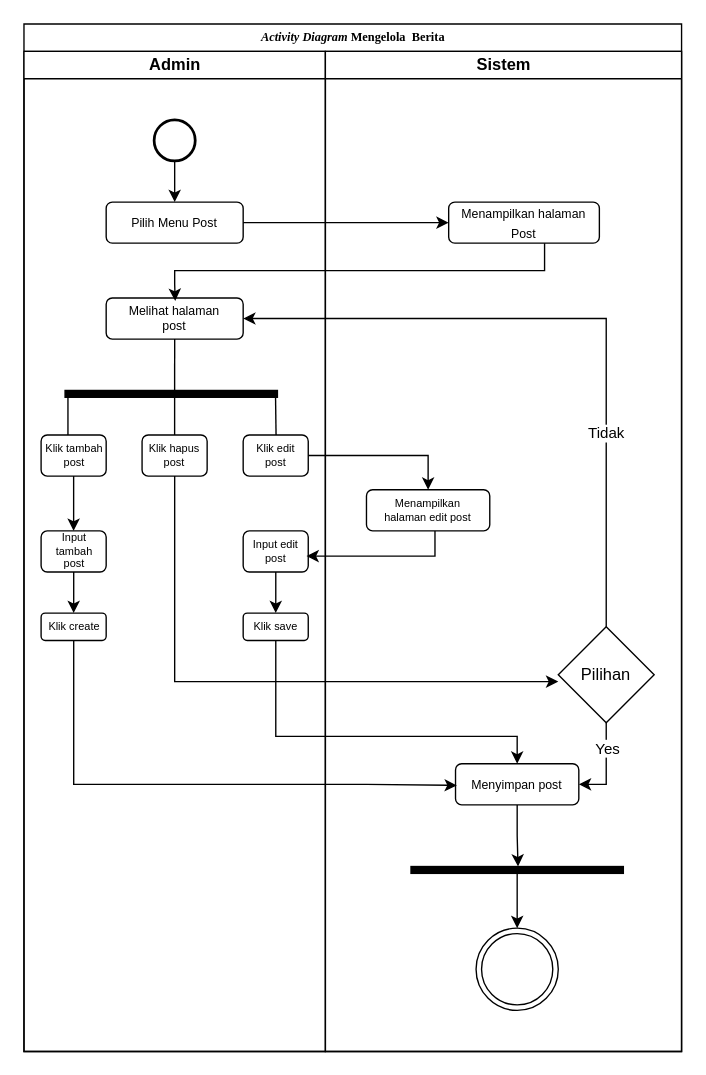
This is Diagram Tanpa Judul.drawio from dhmsAdhty/useCase, a draw.io file, before an edit. Source tidied: cells renumbered, new cells numbered last; positions are measured from the earlier drawing's top-left corner, leaving out a move shared by most shapes. Both pictures are drawn from the tidied source at 137%, with x=0, y=0 at pixel (23, 23).
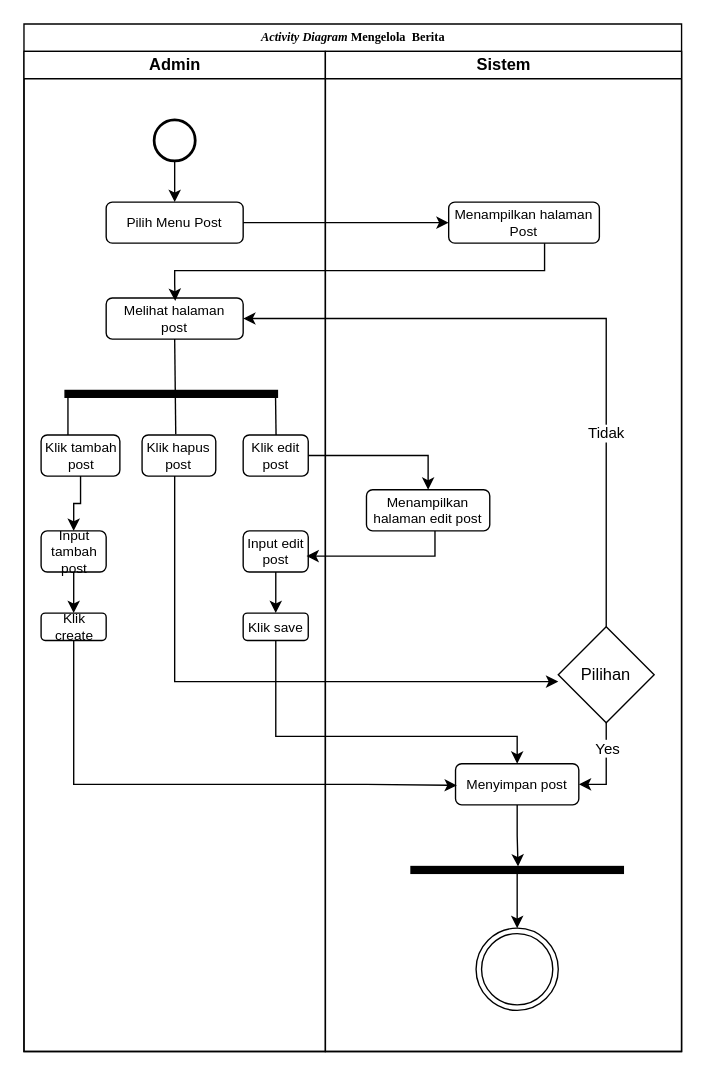
The same page after the edit.

Commit message:
kelola berita

Unchanged cells that the change refers to:
```xml
<mxCell id="3" value="Admin" style="swimlane;html=1;startSize=20;" parent="2" vertex="1">
  <mxGeometry y="20" width="220" height="730" as="geometry" />
</mxCell>
<mxCell id="22" value="Sistem" style="swimlane;html=1;startSize=20;" parent="2" vertex="1">
  <mxGeometry x="220" y="20" width="260" height="730" as="geometry" />
</mxCell>
```

What changed in the source:
```diff
@@
-    <mxCell id="6" value="&lt;font style=&quot;font-size: 9px;&quot;&gt;Pilih Menu Post&lt;/font&gt;" style="rounded=1;whiteSpace=wrap;html=1;" parent="3" vertex="1">
+    <mxCell id="6" value="&lt;font style=&quot;font-size: 10px;&quot;&gt;Pilih Menu Post&lt;/font&gt;" style="rounded=1;whiteSpace=wrap;html=1;fontSize=10;" parent="3" vertex="1">
       <mxGeometry x="60" y="110" width="100" height="30" as="geometry" />
     </mxCell>
-    <mxCell id="7" value="&lt;div style=&quot;font-size: 9px;&quot;&gt;&lt;font style=&quot;font-size: 9px;&quot;&gt;Melihat halaman&lt;/font&gt;&lt;/div&gt;&lt;div style=&quot;font-size: 9px;&quot;&gt;&lt;font style=&quot;font-size: 9px;&quot;&gt;post&lt;/font&gt;&lt;/div&gt;" style="rounded=1;whiteSpace=wrap;html=1;" parent="3" vertex="1">
+    <mxCell id="7" value="&lt;div style=&quot;font-size: 10px;&quot;&gt;&lt;font style=&quot;font-size: 10px;&quot;&gt;Melihat halaman&lt;/font&gt;&lt;/div&gt;&lt;div style=&quot;font-size: 10px;&quot;&gt;&lt;font style=&quot;font-size: 10px;&quot;&gt;post&lt;/font&gt;&lt;/div&gt;" style="rounded=1;whiteSpace=wrap;html=1;fontSize=10;" parent="3" vertex="1">
       <mxGeometry x="60" y="180" width="100" height="30" as="geometry" />
     </mxCell>
@@
-    <mxCell id="10" value="&lt;div style=&quot;font-size: 8px;&quot;&gt;&lt;font style=&quot;font-size: 8px;&quot;&gt;Klik tambah&lt;/font&gt;&lt;/div&gt;&lt;div style=&quot;font-size: 8px;&quot;&gt;&lt;font style=&quot;font-size: 8px;&quot;&gt;post&lt;br style=&quot;font-size: 8px;&quot;&gt;&lt;/font&gt;&lt;/div&gt;" style="rounded=1;whiteSpace=wrap;html=1;fontSize=8;" parent="3" vertex="1">
-      <mxGeometry x="12.5" y="280" width="47.5" height="30" as="geometry" />
+    <mxCell id="10" value="&lt;div style=&quot;font-size: 10px;&quot;&gt;&lt;font style=&quot;font-size: 10px;&quot;&gt;Klik tambah&lt;/font&gt;&lt;/div&gt;&lt;div style=&quot;font-size: 10px;&quot;&gt;&lt;font style=&quot;font-size: 10px;&quot;&gt;post&lt;br style=&quot;font-size: 10px;&quot;&gt;&lt;/font&gt;&lt;/div&gt;" style="rounded=1;whiteSpace=wrap;html=1;fontSize=10;" parent="3" vertex="1">
+      <mxGeometry x="12.5" y="280" width="57.5" height="30" as="geometry" />
     </mxCell>
-    <mxCell id="11" value="&lt;div style=&quot;font-size: 8px;&quot;&gt;&lt;font style=&quot;font-size: 8px;&quot;&gt;Klik hapus&lt;/font&gt;&lt;/div&gt;&lt;div style=&quot;font-size: 8px;&quot;&gt;&lt;font style=&quot;font-size: 8px;&quot;&gt;post&lt;br style=&quot;font-size: 8px;&quot;&gt;&lt;/font&gt;&lt;/div&gt;" style="rounded=1;whiteSpace=wrap;html=1;fontSize=8;" parent="3" vertex="1">
-      <mxGeometry x="86.2" y="280" width="47.5" height="30" as="geometry" />
+    <mxCell id="11" value="&lt;div style=&quot;font-size: 10px;&quot;&gt;&lt;font style=&quot;font-size: 10px;&quot;&gt;Klik hapus&lt;/font&gt;&lt;/div&gt;&lt;div style=&quot;font-size: 10px;&quot;&gt;&lt;font style=&quot;font-size: 10px;&quot;&gt;post&lt;br style=&quot;font-size: 10px;&quot;&gt;&lt;/font&gt;&lt;/div&gt;" style="rounded=1;whiteSpace=wrap;html=1;fontSize=10;" parent="3" vertex="1">
+      <mxGeometry x="86.2" y="280" width="53.8" height="30" as="geometry" />
     </mxCell>
-    <mxCell id="12" value="&lt;div style=&quot;font-size: 8px;&quot;&gt;&lt;font style=&quot;font-size: 8px;&quot;&gt;Klik edit&lt;/font&gt;&lt;/div&gt;&lt;div style=&quot;font-size: 8px;&quot;&gt;&lt;font style=&quot;font-size: 8px;&quot;&gt;post&lt;br style=&quot;font-size: 8px;&quot;&gt;&lt;/font&gt;&lt;/div&gt;" style="rounded=1;whiteSpace=wrap;html=1;fontSize=8;" parent="3" vertex="1">
+    <mxCell id="12" value="&lt;div style=&quot;font-size: 10px;&quot;&gt;&lt;font style=&quot;font-size: 10px;&quot;&gt;Klik edit&lt;/font&gt;&lt;/div&gt;&lt;div style=&quot;font-size: 10px;&quot;&gt;&lt;font style=&quot;font-size: 10px;&quot;&gt;post&lt;br style=&quot;font-size: 10px;&quot;&gt;&lt;/font&gt;&lt;/div&gt;" style="rounded=1;whiteSpace=wrap;html=1;fontSize=10;" parent="3" vertex="1">
       <mxGeometry x="160" y="280" width="47.5" height="30" as="geometry" />
     </mxCell>
@@
-    <mxCell id="14" value="&lt;div style=&quot;font-size: 8px;&quot;&gt;&lt;font style=&quot;font-size: 8px;&quot;&gt;Input tambah&lt;/font&gt;&lt;/div&gt;&lt;div style=&quot;font-size: 8px;&quot;&gt;&lt;font style=&quot;font-size: 8px;&quot;&gt;post&lt;br style=&quot;font-size: 8px;&quot;&gt;&lt;/font&gt;&lt;/div&gt;" style="rounded=1;whiteSpace=wrap;html=1;fontSize=8;" parent="3" vertex="1">
+    <mxCell id="14" value="&lt;div style=&quot;font-size: 10px;&quot;&gt;&lt;font style=&quot;font-size: 10px;&quot;&gt;Input tambah&lt;/font&gt;&lt;/div&gt;&lt;div style=&quot;font-size: 10px;&quot;&gt;&lt;font style=&quot;font-size: 10px;&quot;&gt;post&lt;br style=&quot;font-size: 10px;&quot;&gt;&lt;/font&gt;&lt;/div&gt;" style="rounded=1;whiteSpace=wrap;html=1;fontSize=10;" parent="3" vertex="1">
       <mxGeometry x="12.5" y="350" width="47.5" height="30" as="geometry" />
     </mxCell>
-    <mxCell id="15" style="edgeStyle=orthogonalEdgeStyle;rounded=0;jettySize=auto;html=1;entryX=0.5;entryY=0;entryDx=0;entryDy=0;" parent="3" edge="1" source="16" target="21">
+    <mxCell id="15" style="edgeStyle=orthogonalEdgeStyle;rounded=0;jettySize=auto;html=1;entryX=0.5;entryY=0;entryDx=0;entryDy=0;fontSize=10;" parent="3" edge="1" source="16" target="21">
       <mxGeometry relative="1" as="geometry" />
     </mxCell>
-    <mxCell id="16" value="&lt;div style=&quot;font-size: 8px;&quot;&gt;&lt;font style=&quot;font-size: 8px;&quot;&gt;Input edit&lt;/font&gt;&lt;/div&gt;&lt;div style=&quot;font-size: 8px;&quot;&gt;&lt;font style=&quot;font-size: 8px;&quot;&gt;post&lt;br style=&quot;font-size: 8px;&quot;&gt;&lt;/font&gt;&lt;/div&gt;" style="rounded=1;whiteSpace=wrap;html=1;fontSize=8;" parent="3" vertex="1">
+    <mxCell id="16" value="&lt;div style=&quot;font-size: 10px;&quot;&gt;&lt;font style=&quot;font-size: 10px;&quot;&gt;Input edit&lt;/font&gt;&lt;/div&gt;&lt;div style=&quot;font-size: 10px;&quot;&gt;&lt;font style=&quot;font-size: 10px;&quot;&gt;post&lt;br style=&quot;font-size: 10px;&quot;&gt;&lt;/font&gt;&lt;/div&gt;" style="rounded=1;whiteSpace=wrap;html=1;fontSize=10;" parent="3" vertex="1">
       <mxGeometry x="160" y="350" width="47.5" height="30" as="geometry" />
     </mxCell>
-    <mxCell id="17" style="endArrow=none;html=1;rounded=0;entryX=0.5;entryY=1;entryDx=0;entryDy=0;exitX=0.5;exitY=0;exitDx=0;exitDy=0;" parent="3" edge="1" source="11" target="7">
+    <mxCell id="17" style="endArrow=none;html=1;rounded=0;entryX=0.5;entryY=1;entryDx=0;entryDy=0;exitX=0.457;exitY=-0.016;exitDx=0;exitDy=0;exitPerimeter=0;" parent="3" edge="1" source="11" target="7">
       <mxGeometry relative="1" as="geometry" />
     </mxCell>
@@
-    <mxCell id="20" value="Klik create" style="rounded=1;whiteSpace=wrap;html=1;fontSize=8;" parent="3" vertex="1">
+    <mxCell id="20" value="Klik create" style="rounded=1;whiteSpace=wrap;html=1;fontSize=10;" parent="3" vertex="1">
       <mxGeometry x="12.5" y="410" width="47.5" height="20" as="geometry" />
     </mxCell>
-    <mxCell id="21" value="Klik save" style="rounded=1;whiteSpace=wrap;html=1;fontSize=8;" parent="3" vertex="1">
+    <mxCell id="21" value="Klik save" style="rounded=1;whiteSpace=wrap;html=1;fontSize=10;" parent="3" vertex="1">
       <mxGeometry x="160" y="410" width="47.5" height="20" as="geometry" />
     </mxCell>
@@
-    <mxCell id="23" value="&lt;font style=&quot;font-size: 9px;&quot;&gt;Menampilkan halaman Post&lt;/font&gt;" style="rounded=1;whiteSpace=wrap;html=1;" parent="22" vertex="1">
+    <mxCell id="23" value="&lt;font style=&quot;font-size: 10px;&quot;&gt;Menampilkan halaman Post&lt;/font&gt;" style="rounded=1;whiteSpace=wrap;html=1;fontSize=10;" parent="22" vertex="1">
       <mxGeometry x="90" y="110" width="110" height="30" as="geometry" />
     </mxCell>
@@
-    <mxCell id="26" value="&lt;font style=&quot;font-size: 9px;&quot;&gt;Menyimpan post&lt;/font&gt;" style="rounded=1;whiteSpace=wrap;html=1;" parent="22" vertex="1">
+    <mxCell id="26" value="&lt;font style=&quot;font-size: 10px;&quot;&gt;Menyimpan post&lt;/font&gt;" style="rounded=1;whiteSpace=wrap;html=1;fontSize=10;" parent="22" vertex="1">
       <mxGeometry x="95" y="520" width="90" height="30" as="geometry" />
     </mxCell>
-    <mxCell id="27" value="&lt;div&gt;Menampilkan&lt;/div&gt;&lt;div&gt;halaman edit post&lt;br&gt;&lt;/div&gt;" style="rounded=1;whiteSpace=wrap;html=1;fontSize=8;" parent="22" vertex="1">
+    <mxCell id="27" value="&lt;div style=&quot;font-size: 10px;&quot;&gt;Menampilkan&lt;/div&gt;&lt;div style=&quot;font-size: 10px;&quot;&gt;halaman edit post&lt;br style=&quot;font-size: 10px;&quot;&gt;&lt;/div&gt;" style="rounded=1;whiteSpace=wrap;html=1;fontSize=10;" parent="22" vertex="1">
       <mxGeometry x="30" y="320" width="90" height="30" as="geometry" />
     </mxCell>
```
